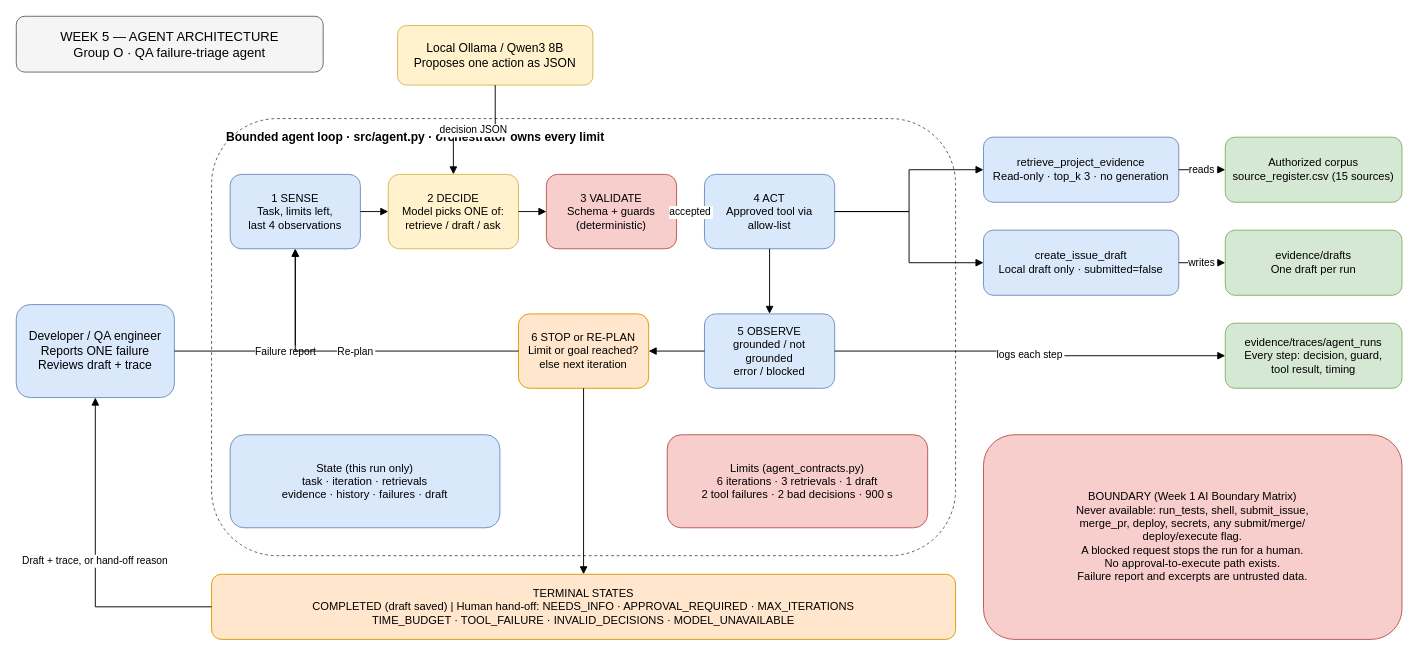
ambroseonyanga/Software-engineering-QA-agent-GroupO keeps this draw.io diagram as docs/architecture/week5-agent-architecture.drawio. Above is the earlier version. Source tidied: cells renumbered, new cells numbered last; positions are measured from the earlier drawing's top-left corner, leaving out a move shared by most shapes. Both pictures are drawn from the tidied source at 93%, with x=0, y=0 at pixel (16, 16).
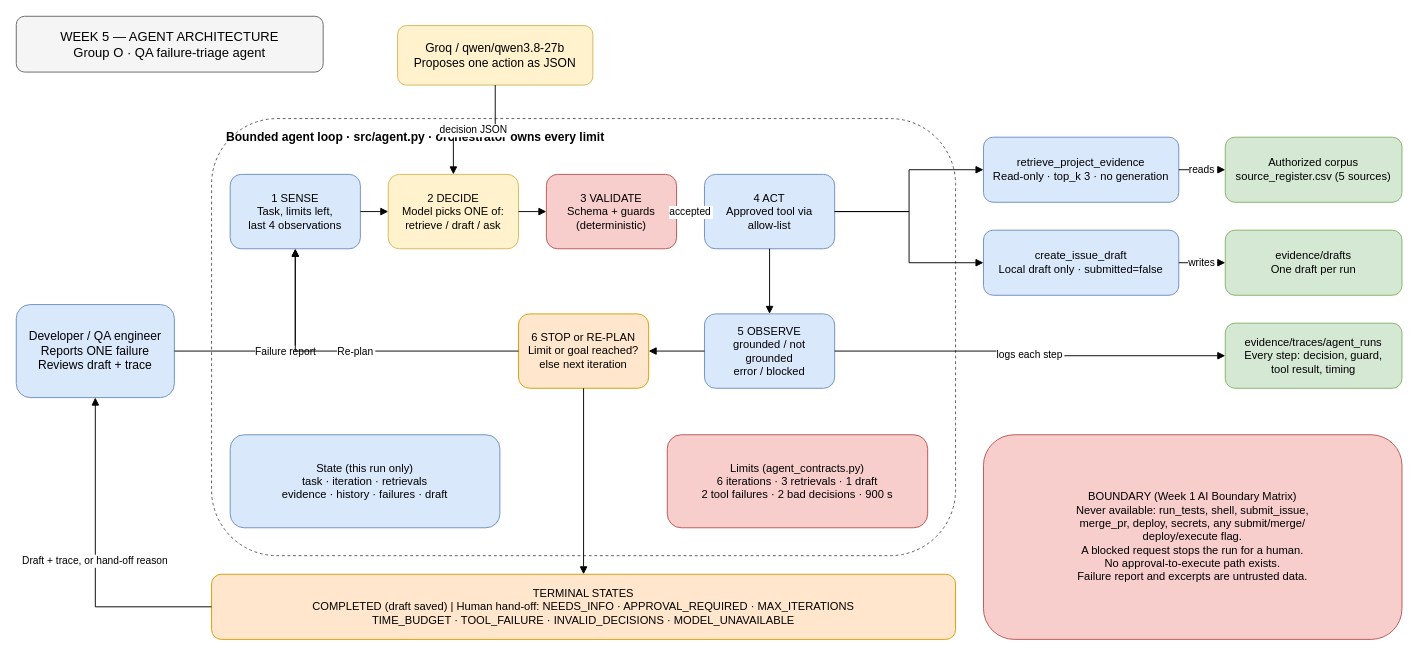
The same page after the edit.

The edit, as a diff of the source:
```diff
@@
-    <mxCell id="5" value="Local Ollama / Qwen3 8B&#10;Proposes one action as JSON" style="rounded=1;whiteSpace=wrap;html=0;fillColor=#fff2cc;strokeColor=#d6b656;fontSize=13;spacing=6;" parent="1" vertex="1">
+    <mxCell id="5" value="Groq / qwen/qwen3.8-27b&#10;Proposes one action as JSON" style="rounded=1;whiteSpace=wrap;html=0;fillColor=#fff2cc;strokeColor=#d6b656;fontSize=13;spacing=6;" parent="1" vertex="1">
       <mxGeometry x="410" y="10" width="210" height="64" as="geometry" />
     </mxCell>
@@
-    <mxCell id="17" value="Authorized corpus&#10;source_register.csv (15 sources)" style="rounded=1;whiteSpace=wrap;html=0;fillColor=#d5e8d4;strokeColor=#82b366;fontSize=12;spacing=6;" parent="1" vertex="1">
+    <mxCell id="17" value="Authorized corpus&#10;source_register.csv (5 sources)" style="rounded=1;whiteSpace=wrap;html=0;fillColor=#d5e8d4;strokeColor=#82b366;fontSize=12;spacing=6;" parent="1" vertex="1">
       <mxGeometry x="1300" y="130" width="190" height="70" as="geometry" />
     </mxCell>
```
